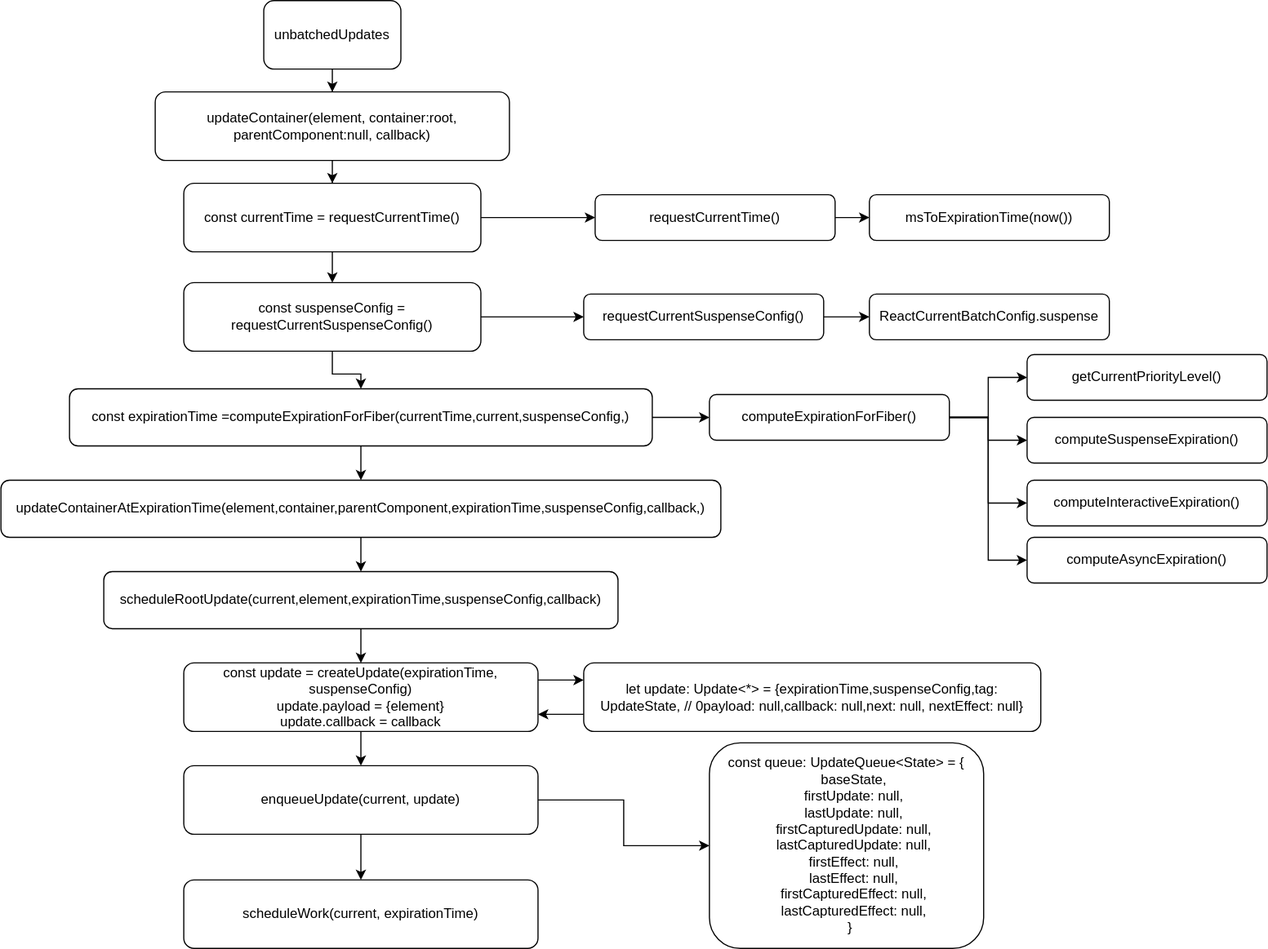
gwtjs/read-code keeps this draw.io diagram as react16.10/图片/updateContainer.svg. Above is the earlier version. Source tidied: cells renumbered, new cells last; positions are measured from the earlier drawing's top-left corner, leaving out a move shared by most shapes.
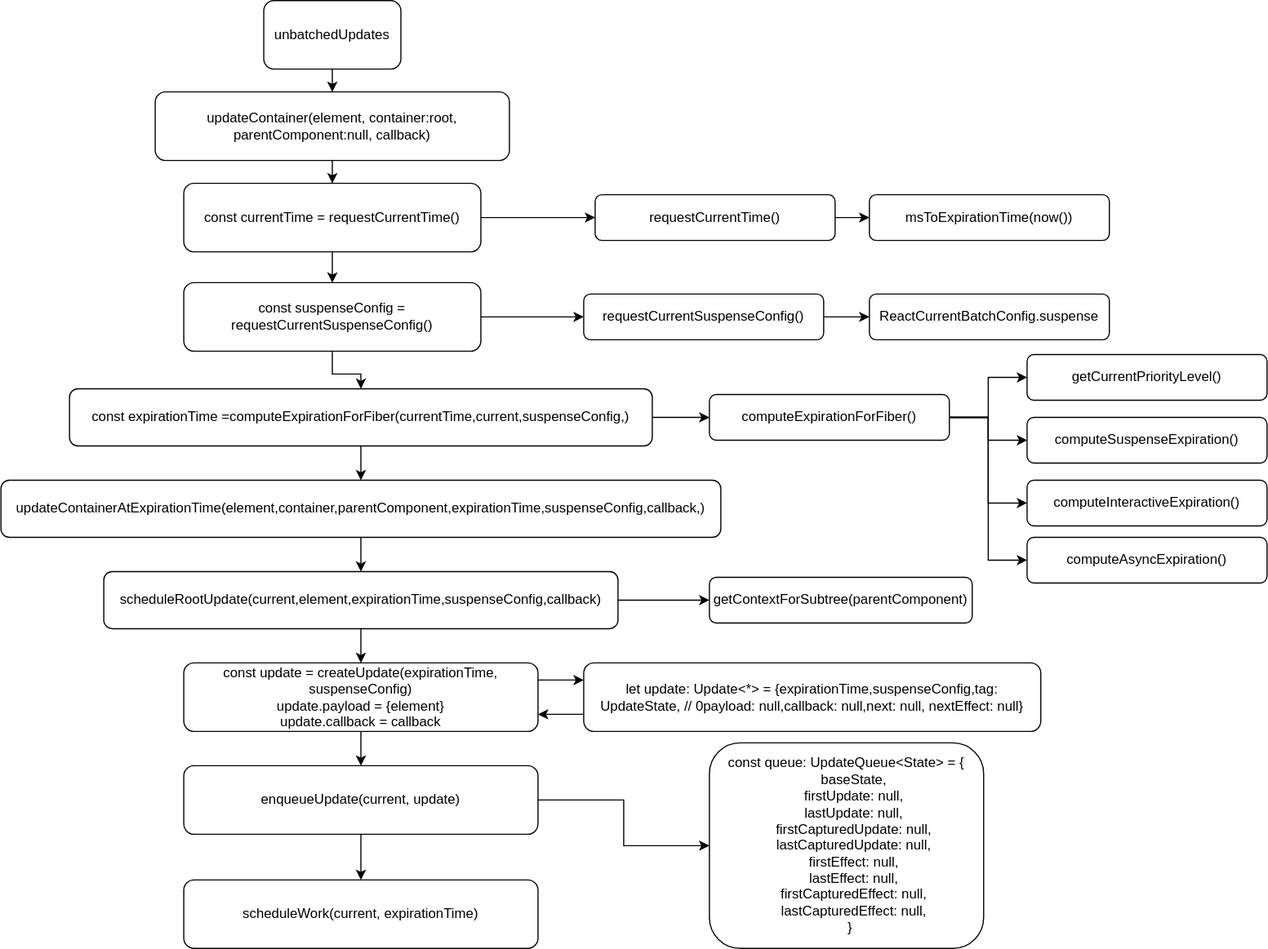
The same file after the commit.

What changed in the source:
```diff
@@ -50,6 +50,9 @@
     <mxCell id="17" style="edgeStyle=orthogonalEdgeStyle;rounded=0;jettySize=auto;html=1;exitX=0.5;exitY=1;exitDx=0;exitDy=0;" parent="1" edge="1" source="18" target="21">
       <mxGeometry relative="1" as="geometry" />
     </mxCell>
+    <mxCell id="44" style="edgeStyle=orthogonalEdgeStyle;rounded=0;jettySize=auto;html=1;exitX=1;exitY=0.5;exitDx=0;exitDy=0;entryX=0;entryY=0.5;entryDx=0;entryDy=0;" parent="1" edge="1" source="18" target="45">
+      <mxGeometry relative="1" as="geometry" />
+    </mxCell>
     <mxCell id="18" value="scheduleRootUpdate(current,element,expirationTime,suspenseConfig,callback)" style="rounded=1;whiteSpace=wrap;html=1;" parent="1" vertex="1">
       <mxGeometry x="90" y="500" width="450" height="50" as="geometry" />
     </mxCell>
@@ -128,5 +131,8 @@
     <mxCell id="43" value="computeAsyncExpiration()" style="rounded=1;whiteSpace=wrap;html=1;" parent="1" vertex="1">
       <mxGeometry x="898" y="470" width="210" height="40" as="geometry" />
     </mxCell>
+    <mxCell id="45" value="getContextForSubtree(parentComponent)" style="rounded=1;whiteSpace=wrap;html=1;" parent="1" vertex="1">
+      <mxGeometry x="620" y="505" width="230" height="40" as="geometry" />
+    </mxCell>
   </root>
 </mxGraphModel>
```
